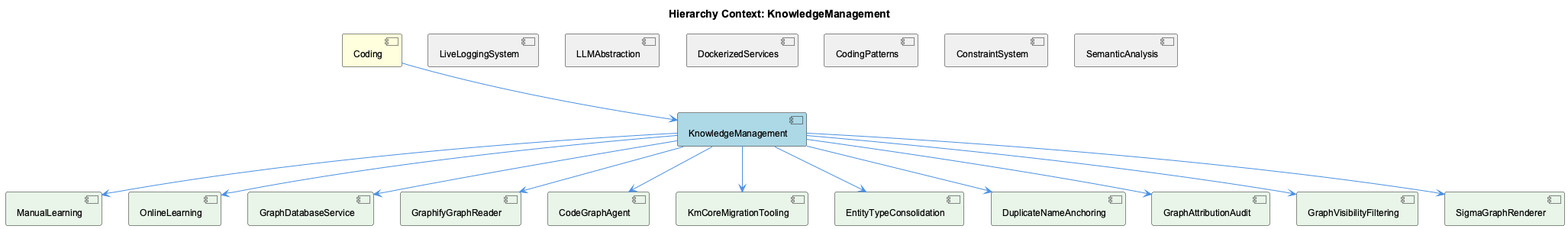
Before: knowledge-management/insights/images/knowledge-management-relationship.png, a diagram exported from PlantUML (fwornle/coding).
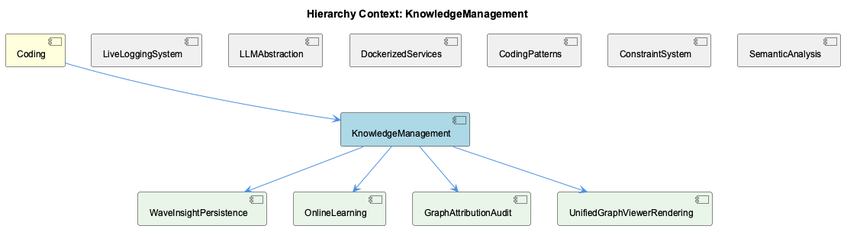
The same diagram one commit later.

Change to the diagram source:
```diff
@@ -11,17 +11,10 @@
 [CodingPatterns] as coding_patterns #F0F0F0
 [ConstraintSystem] as constraint_system #F0F0F0
 [SemanticAnalysis] as semantic_analysis #F0F0F0
-[ManualLearning] as manual_learning #E8F5E8
+[WaveInsightPersistence] as wave_insight_persistence #E8F5E8
 [OnlineLearning] as online_learning #E8F5E8
-[GraphDatabaseService] as graph_database_service #E8F5E8
-[GraphifyGraphReader] as graphify_graph_reader #E8F5E8
-[CodeGraphAgent] as code_graph_agent #E8F5E8
-[KmCoreMigrationTooling] as km_core_migration_tooling #E8F5E8
-[EntityTypeConsolidation] as entity_type_consolidation #E8F5E8
-[DuplicateNameAnchoring] as duplicate_name_anchoring #E8F5E8
 [GraphAttributionAudit] as graph_attribution_audit #E8F5E8
-[GraphVisibilityFiltering] as graph_visibility_filtering #E8F5E8
-[SigmaGraphRenderer] as sigma_graph_renderer #E8F5E8
+[UnifiedGraphViewerRendering] as unified_graph_viewer_rendering #E8F5E8
 
 coding --> knowledge_management
 live_logging_system -[hidden]- knowledge_management
@@ -30,16 +23,9 @@
 coding_patterns -[hidden]- knowledge_management
 constraint_system -[hidden]- knowledge_management
 semantic_analysis -[hidden]- knowledge_management
-knowledge_management --> manual_learning
+knowledge_management --> wave_insight_persistence
 knowledge_management --> online_learning
-knowledge_management --> graph_database_service
-knowledge_management --> graphify_graph_reader
-knowledge_management --> code_graph_agent
-knowledge_management --> km_core_migration_tooling
-knowledge_management --> entity_type_consolidation
-knowledge_management --> duplicate_name_anchoring
 knowledge_management --> graph_attribution_audit
-knowledge_management --> graph_visibility_filtering
-knowledge_management --> sigma_graph_renderer
+knowledge_management --> unified_graph_viewer_rendering
 
 @enduml
```
